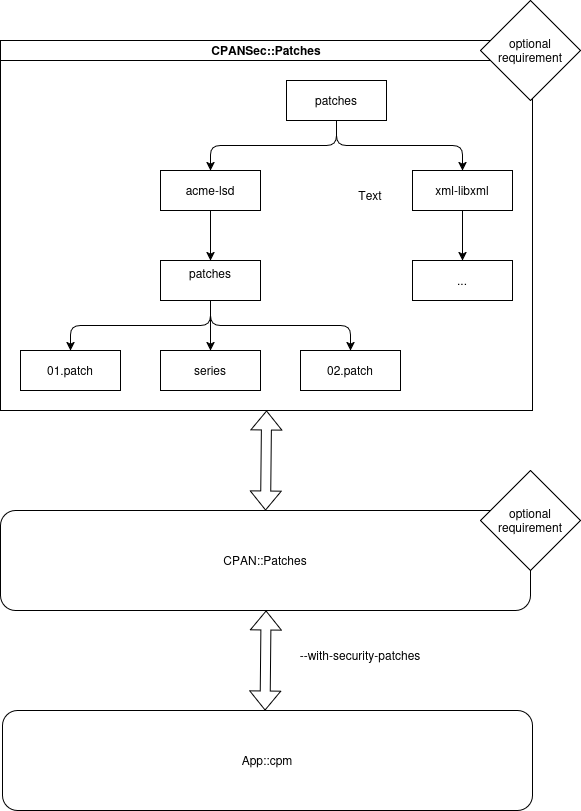
This is cpansec-patch-tooling-poc.png from thibaultduponchelle/cpansec-patch-tooling-poc, a draw.io export, as it was before one commit. Source tidied: cells renumbered, new cells last; positions are measured from the earlier drawing's top-left corner, leaving out a move shared by most shapes.
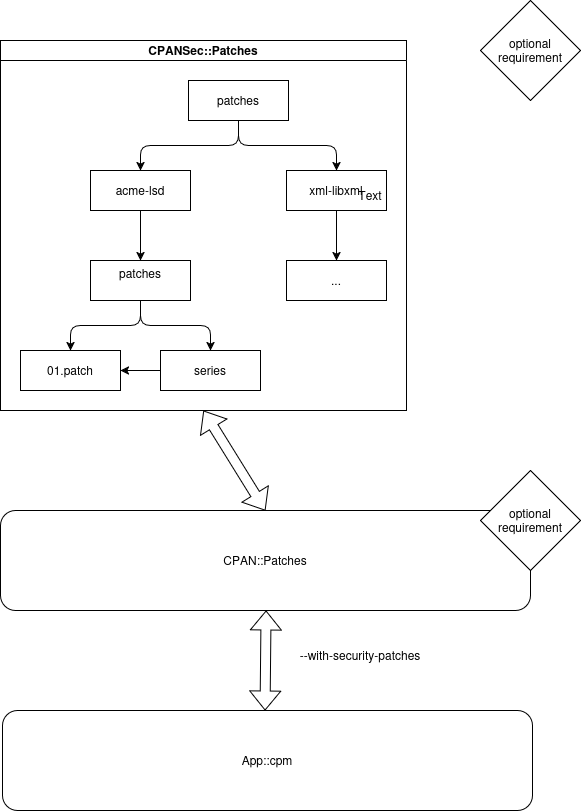
Above is the later version.

The edit, as a diff of the source:
```diff
@@ -3,19 +3,19 @@
     <mxCell id="0" />
     <mxCell id="1" parent="0" />
     <mxCell id="2" value="CPANSec::Patches" style="swimlane;startSize=20;horizontal=1;horizontalTree=0;sortEdges=1;containerType=tree;fontSize=12;" parent="1" vertex="1">
-      <mxGeometry y="40" width="532" height="370" as="geometry" />
+      <mxGeometry y="40" width="406" height="370" as="geometry" />
     </mxCell>
     <mxCell id="3" value="patches" style="whiteSpace=wrap;html=1;" parent="2" vertex="1">
-      <mxGeometry x="286" y="40" width="100" height="40" as="geometry" />
+      <mxGeometry x="188" y="40" width="100" height="40" as="geometry" />
     </mxCell>
     <mxCell id="4" value="acme-lsd" style="whiteSpace=wrap;html=1;" parent="2" vertex="1">
-      <mxGeometry x="160" y="130" width="100" height="40" as="geometry" />
+      <mxGeometry x="90" y="130" width="100" height="40" as="geometry" />
     </mxCell>
     <mxCell id="5" style="edgeStyle=elbowEdgeStyle;elbow=vertical;html=1;rounded=1;curved=0;sourcePerimeterSpacing=0;targetPerimeterSpacing=0;startSize=6;endSize=6;" parent="2" edge="1" source="3" target="4">
       <mxGeometry relative="1" as="geometry" />
     </mxCell>
     <mxCell id="6" value="xml-libxml" style="whiteSpace=wrap;html=1;" parent="2" vertex="1">
-      <mxGeometry x="412" y="130" width="100" height="40" as="geometry" />
+      <mxGeometry x="286" y="130" width="100" height="40" as="geometry" />
     </mxCell>
     <mxCell id="7" style="edgeStyle=elbowEdgeStyle;elbow=vertical;html=1;rounded=1;curved=0;sourcePerimeterSpacing=0;targetPerimeterSpacing=0;startSize=6;endSize=6;" parent="2" edge="1" source="3" target="6">
       <mxGeometry relative="1" as="geometry" />
@@ -24,7 +24,7 @@
       <mxGeometry relative="1" as="geometry" />
     </mxCell>
     <mxCell id="9" value="&lt;div&gt;patches&lt;/div&gt;&lt;div&gt;&lt;br&gt;&lt;/div&gt;" style="whiteSpace=wrap;html=1;" parent="2" vertex="1">
-      <mxGeometry x="160" y="220" width="100" height="40" as="geometry" />
+      <mxGeometry x="90" y="220" width="100" height="40" as="geometry" />
     </mxCell>
     <mxCell id="10" style="edgeStyle=elbowEdgeStyle;elbow=vertical;html=1;rounded=1;curved=0;sourcePerimeterSpacing=0;targetPerimeterSpacing=0;startSize=6;endSize=6;" parent="2" edge="1" source="9" target="11">
       <mxGeometry relative="1" as="geometry" />
@@ -38,18 +38,15 @@
     <mxCell id="13" value="series" style="whiteSpace=wrap;html=1;" parent="2" vertex="1">
       <mxGeometry x="160" y="310" width="100" height="40" as="geometry" />
     </mxCell>
-    <mxCell id="14" style="edgeStyle=elbowEdgeStyle;elbow=vertical;html=1;rounded=1;curved=0;sourcePerimeterSpacing=0;targetPerimeterSpacing=0;startSize=6;endSize=6;" parent="2" edge="1" source="9" target="15">
-      <mxGeometry relative="1" as="geometry" />
-    </mxCell>
-    <mxCell id="15" value="&lt;div&gt;02.patch&lt;/div&gt;" style="whiteSpace=wrap;html=1;" parent="2" vertex="1">
-      <mxGeometry x="300" y="310" width="100" height="40" as="geometry" />
-    </mxCell>
     <mxCell id="16" style="edgeStyle=elbowEdgeStyle;elbow=vertical;html=1;rounded=1;curved=0;sourcePerimeterSpacing=0;targetPerimeterSpacing=0;startSize=6;endSize=6;" parent="2" edge="1" source="6" target="17">
       <mxGeometry relative="1" as="geometry" />
     </mxCell>
     <mxCell id="17" value="..." style="whiteSpace=wrap;html=1;" parent="2" vertex="1">
-      <mxGeometry x="412" y="220" width="100" height="40" as="geometry" />
+      <mxGeometry x="286" y="220" width="100" height="40" as="geometry" />
     </mxCell>
+    <mxCell id="26" style="endArrow=classic;html=1;rounded=0;entryX=1;entryY=0.5;entryDx=0;entryDy=0;exitX=0;exitY=0.5;exitDx=0;exitDy=0;" parent="2" edge="1" source="13" target="11">
+      <mxGeometry relative="1" as="geometry" />
+    </mxCell>
     <mxCell id="18" value="Text" style="text;html=1;align=center;verticalAlign=middle;whiteSpace=wrap;rounded=0;" parent="1" vertex="1">
       <mxGeometry x="340" y="180" width="60" height="30" as="geometry" />
     </mxCell>
```
